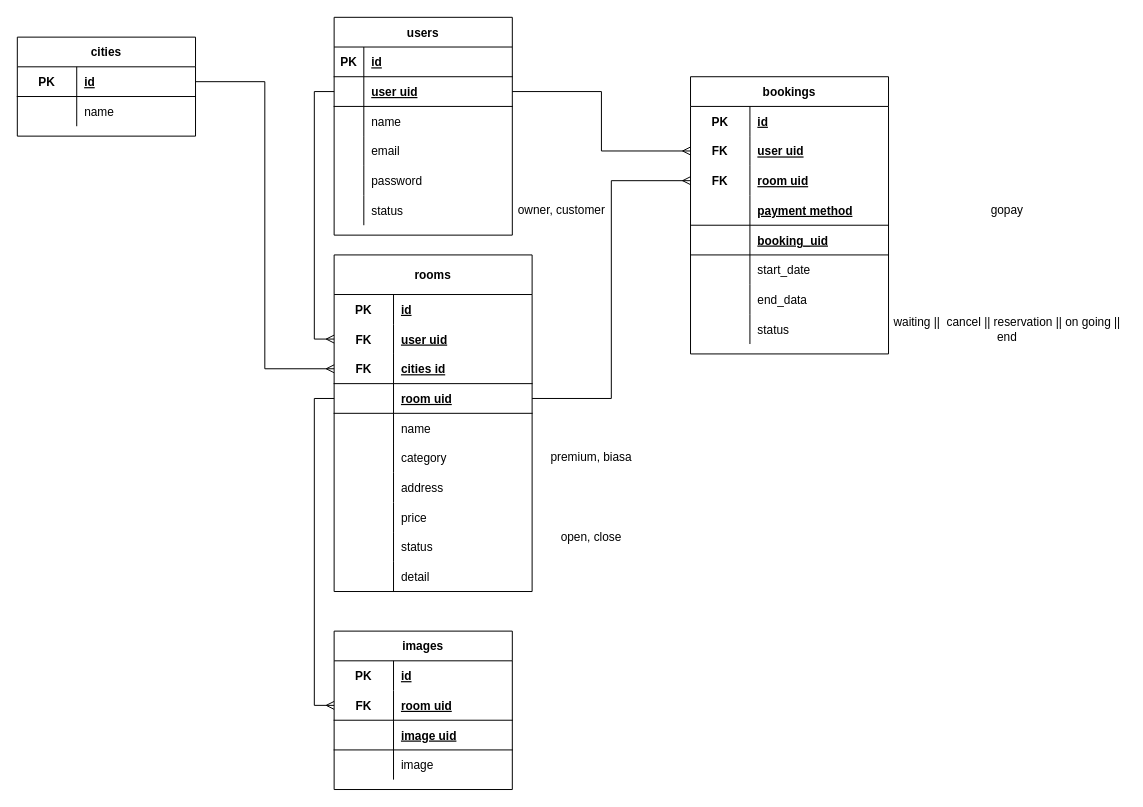
Before: repository/erd/altaProject .drawio in AIRBNB-App-Project2/backend-airbnb, a draw.io diagram. Source tidied: cells renumbered, new cells numbered last; positions are measured from the earlier drawing's top-left corner, leaving out a move shared by most shapes. Both pictures are drawn from the tidied source at 99%, with x=0, y=0 at pixel (17, 17).
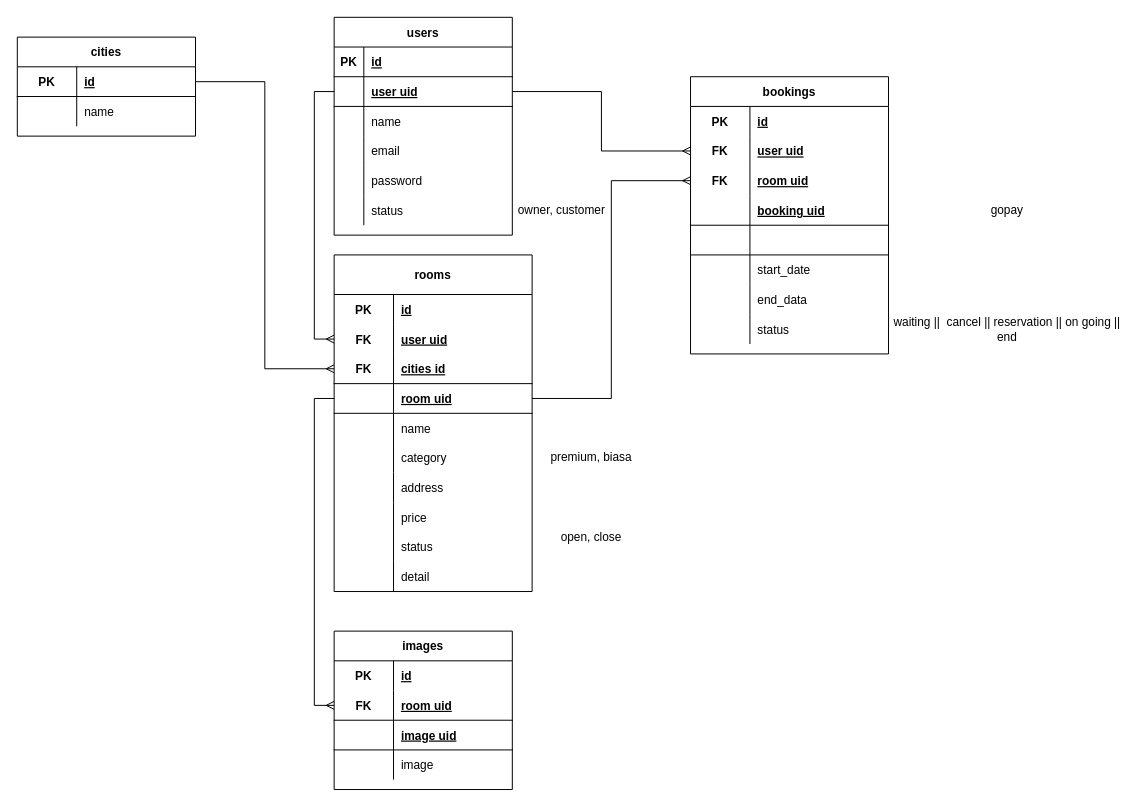
Above is the later version.

Unchanged cells that the change refers to:
```xml
<mxCell id="63" style="shape=tableRow;horizontal=0;startSize=0;swimlaneHead=0;swimlaneBody=0;fillColor=none;top=0;left=0;right=0;bottom=1;strokeColor=default;" parent="53" vertex="1">
  <mxGeometry y="120" width="200" height="30" as="geometry" />
</mxCell>
<mxCell id="66" style="shape=tableRow;horizontal=0;startSize=0;swimlaneHead=0;swimlaneBody=0;fillColor=none;top=0;left=0;right=0;bottom=1;strokeColor=default;" parent="53" vertex="1">
  <mxGeometry y="150" width="200" height="30" as="geometry" />
</mxCell>
```

What changed in the source:
```diff
@@
-    <mxCell id="65" value="payment method" style="shape=partialRectangle;fillColor=none;top=0;left=0;bottom=0;right=0;align=left;spacingLeft=6;fontStyle=5;overflow=hidden;strokeColor=default;" parent="63" vertex="1">
+    <mxCell id="65" value="booking uid" style="shape=partialRectangle;fillColor=none;top=0;left=0;bottom=0;right=0;align=left;spacingLeft=6;fontStyle=5;overflow=hidden;strokeColor=default;" parent="63" vertex="1">
       <mxGeometry x="60" width="140" height="30" as="geometry" />
     </mxCell>
@@
-    <mxCell id="68" value="booking_uid" style="shape=partialRectangle;fillColor=none;top=0;left=0;bottom=0;right=0;align=left;spacingLeft=6;fontStyle=5;overflow=hidden;strokeColor=default;" parent="66" vertex="1">
+    <mxCell id="68" style="shape=partialRectangle;fillColor=none;top=0;left=0;bottom=0;right=0;align=left;spacingLeft=6;fontStyle=0;overflow=hidden;strokeColor=default;" parent="66" vertex="1">
       <mxGeometry x="60" width="140" height="30" as="geometry" />
     </mxCell>
```
